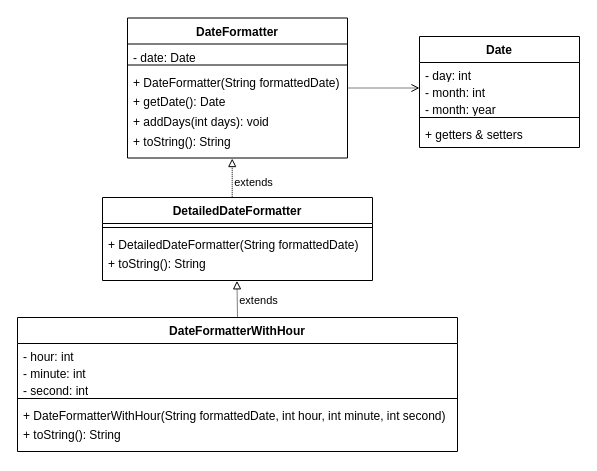
miguel-armas-abt/course-java-7 keeps this draw.io diagram as page "title2.date" (1 of 2) of uml-diagram.drawio. Above is the earlier version. Source tidied: cells renumbered, new cells numbered last; positions are measured from the earlier drawing's top-left corner, leaving out a move shared by most shapes. Both pictures are drawn from the tidied source at 100%, with x=0, y=0 at pixel (17, 17).
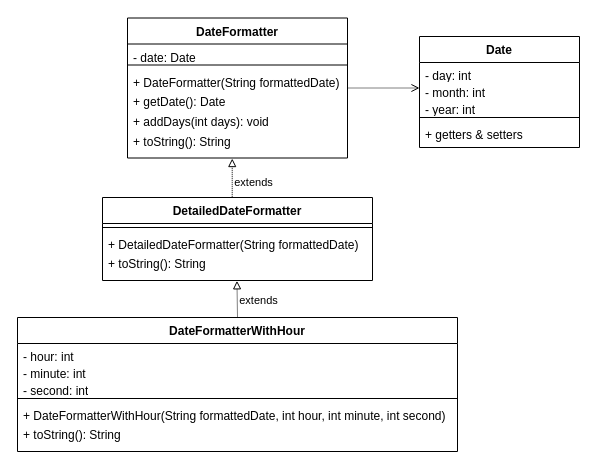
The same diagram, later.

The change refers to these unchanged cells:
```xml
<mxCell id="2" value="Date" style="swimlane;fontStyle=1;align=center;verticalAlign=top;horizontal=1;startSize=26;whiteSpace=wrap;html=1;" parent="1" vertex="1">
  <mxGeometry x="402" y="19" width="160" height="111" as="geometry" />
</mxCell>
```

What changed in the source:
```diff
@@
-    <mxCell id="5" value="- month: year" style="text;strokeColor=none;fillColor=none;align=left;verticalAlign=top;spacingLeft=4;spacingRight=4;overflow=hidden;whiteSpace=wrap;html=1;" parent="2" vertex="1">
+    <mxCell id="5" value="- year: int" style="text;strokeColor=none;fillColor=none;align=left;verticalAlign=top;spacingLeft=4;spacingRight=4;overflow=hidden;whiteSpace=wrap;html=1;" parent="2" vertex="1">
       <mxGeometry y="60" width="160" height="17" as="geometry" />
     </mxCell>
```
